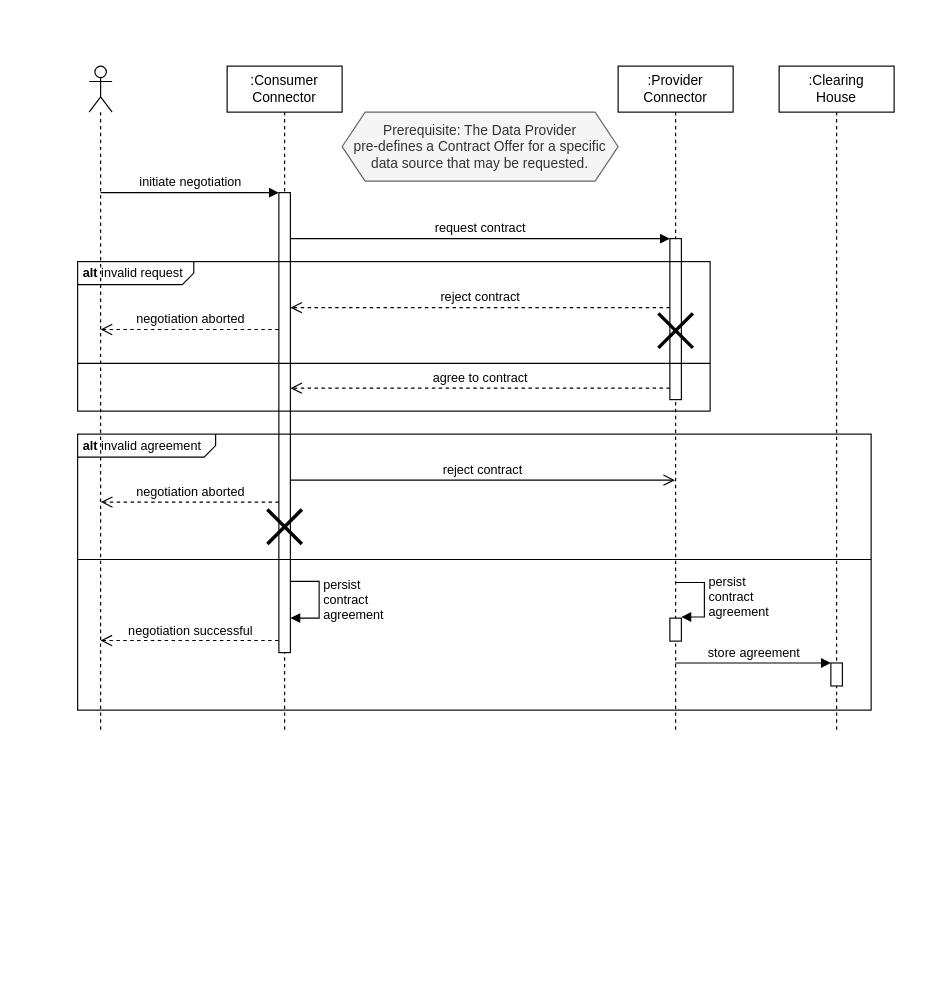
This is documentation/3_Layers_of_the_Reference_Architecture_Model/3_3_Process_Layer/media/policy-negotiation-sequence-1.drawio from International-Data-Spaces-Association/IDS-RAM_4_0, a draw.io file, before an edit. Source tidied: cells renumbered, new cells numbered last; positions are measured from the earlier drawing's top-left corner, leaving out a move shared by most shapes. Both pictures are drawn from the tidied source at 115%, with x=0, y=0 at pixel (77, 66).
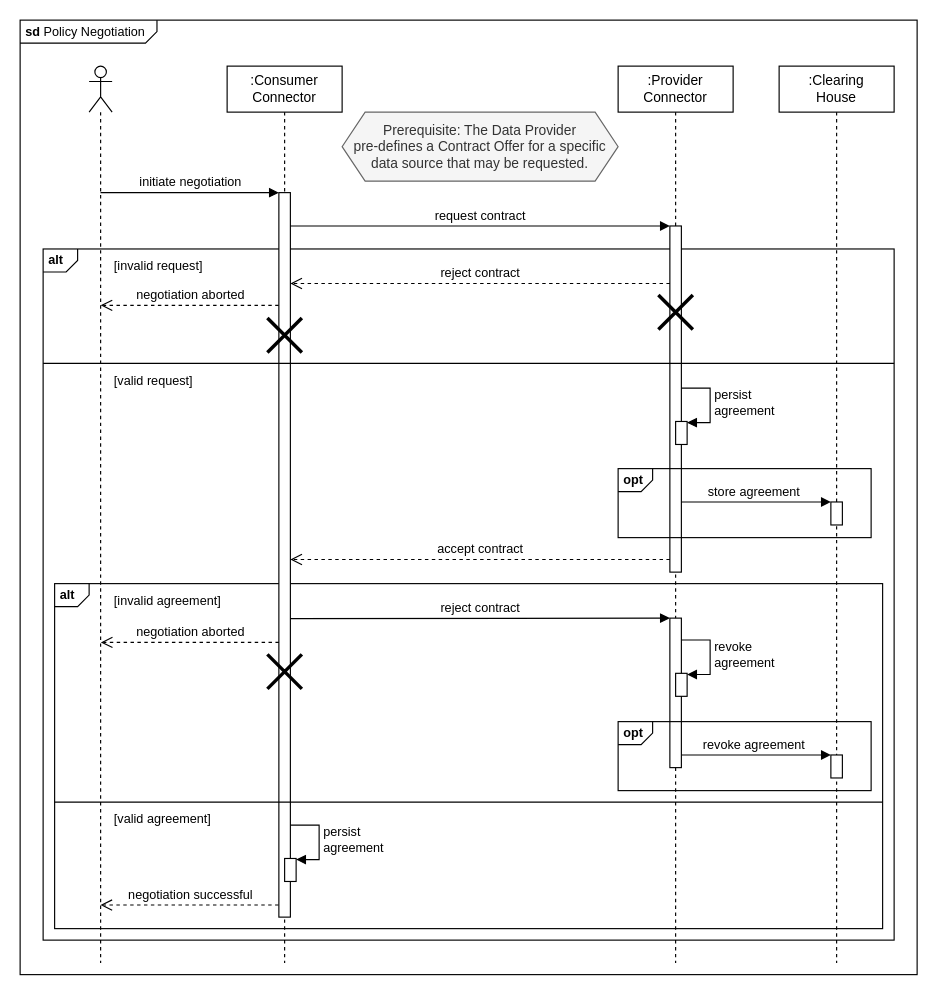
After the change.

Commit message (it also covers changes not shown here):
chore: add sequence diagrams

Change to the diagram source:
```diff
@@
+    <mxCell id="28" value="&lt;p style=&quot;margin: 0px ; margin-top: 4px ; margin-left: 5px ; text-align: left&quot;&gt;&lt;b&gt;sd&lt;/b&gt;  Policy Negotiation&lt;/p&gt;" style="html=1;shape=mxgraph.sysml.package;overflow=fill;labelX=119.69;align=left;spacingLeft=5;verticalAlign=top;spacingTop=-3;fontSize=11;fillColor=none;" parent="1" vertex="1">
+      <mxGeometry x="-50" y="-40" width="780" height="830" as="geometry" />
+    </mxCell>
+    <mxCell id="24" value=":Clearing&lt;br&gt;House" style="shape=umlLifeline;perimeter=lifelinePerimeter;whiteSpace=wrap;html=1;" parent="1" vertex="1">
+      <mxGeometry x="610" width="100" height="780" as="geometry" />
+    </mxCell>
+    <mxCell id="25" style="html=1;points=[];perimeter=orthogonalPerimeter;fontSize=11;fillColor=#FFFFFF;gradientColor=none;" parent="24" vertex="1">
+      <mxGeometry x="45" y="379" width="10" height="20" as="geometry" />
+    </mxCell>
+    <mxCell id="26" value="store agreement" style="html=1;verticalAlign=bottom;endArrow=block;entryX=0;entryY=0;rounded=0;fontSize=11;" parent="1" edge="1">
+      <mxGeometry relative="1" as="geometry">
+        <mxPoint x="519.9" y="379" as="sourcePoint" />
+        <mxPoint x="655" y="379" as="targetPoint" />
+      </mxGeometry>
+    </mxCell>
+    <mxCell id="18" value="&lt;p style=&quot;margin: 4px 0px 0px 5px ; text-align: left ; font-size: 11px&quot;&gt;&lt;b&gt;alt&amp;nbsp;&lt;/b&gt;&lt;/p&gt;" style="html=1;shape=mxgraph.sysml.package;overflow=fill;labelX=30.42;align=left;spacingLeft=5;verticalAlign=top;spacingTop=-3;gradientColor=none;fillColor=none;fontSize=11;" parent="1" vertex="1">
+      <mxGeometry x="-30" y="159" width="740" height="601" as="geometry" />
+    </mxCell>
     <mxCell id="2" style="shape=umlLifeline;participant=umlActor;perimeter=lifelinePerimeter;whiteSpace=wrap;html=1;verticalAlign=top;spacingTop=36;" parent="1" vertex="1">
-      <mxGeometry x="10" width="20" height="580" as="geometry" />
+      <mxGeometry x="10" width="20" height="780" as="geometry" />
     </mxCell>
     <mxCell id="3" value=":Consumer&lt;br&gt;Connector" style="shape=umlLifeline;perimeter=lifelinePerimeter;whiteSpace=wrap;html=1;" parent="1" vertex="1">
-      <mxGeometry x="130" width="100" height="580" as="geometry" />
+      <mxGeometry x="130" width="100" height="780" as="geometry" />
     </mxCell>
+    <mxCell id="5" value="&lt;p style=&quot;margin: 4px 0px 0px 5px ; text-align: left ; font-size: 11px&quot;&gt;&lt;b&gt;alt&amp;nbsp;&lt;/b&gt;&lt;br&gt;&lt;/p&gt;" style="html=1;shape=mxgraph.sysml.package;overflow=fill;labelX=30.42;align=left;spacingLeft=5;verticalAlign=top;spacingTop=-3;gradientColor=none;fillColor=none;fontSize=11;" parent="3" vertex="1">
+      <mxGeometry x="-150" y="450" width="720" height="300" as="geometry" />
+    </mxCell>
     <mxCell id="4" style="html=1;points=[];perimeter=orthogonalPerimeter;" parent="3" vertex="1">
-      <mxGeometry x="45" y="110" width="10" height="400" as="geometry" />
+      <mxGeometry x="45" y="110" width="10" height="630" as="geometry" />
     </mxCell>
-    <mxCell id="5" value="&lt;p style=&quot;margin: 4px 0px 0px 5px ; text-align: left ; font-size: 11px&quot;&gt;&lt;b&gt;alt&amp;nbsp;&lt;/b&gt;invalid agreement&lt;br&gt;&lt;/p&gt;" style="html=1;shape=mxgraph.sysml.package;overflow=fill;labelX=120.14;align=left;spacingLeft=5;verticalAlign=top;spacingTop=-3;gradientColor=none;fillColor=none;fontSize=11;" parent="3" vertex="1">
-      <mxGeometry x="-130" y="320" width="690" height="240" as="geometry" />
-    </mxCell>
     <mxCell id="6" style="shape=umlDestroy;whiteSpace=wrap;html=1;strokeWidth=3;fontSize=11;fillColor=#FFFFFF;gradientColor=none;" parent="3" vertex="1">
-      <mxGeometry x="35" y="385.5" width="30" height="30" as="geometry" />
+      <mxGeometry x="35" y="511.5" width="30" height="30" as="geometry" />
     </mxCell>
-    <mxCell id="7" value="persist&lt;br&gt;contract&lt;br&gt;agreement" style="edgeStyle=orthogonalEdgeStyle;html=1;align=left;spacingLeft=2;endArrow=block;rounded=0;fontSize=11;" parent="3" edge="1">
-      <mxGeometry relative="1" as="geometry">
-        <mxPoint x="55" y="448" as="sourcePoint" />
-        <mxPoint x="55" y="480" as="targetPoint" />
-        <Array as="points">
-          <mxPoint x="80" y="448" />
-          <mxPoint x="80" y="480" />
-          <mxPoint x="55" y="480" />
-        </Array>
-      </mxGeometry>
-    </mxCell>
     <mxCell id="8" value="negotiation aborted" style="html=1;verticalAlign=bottom;endArrow=open;dashed=1;endSize=8;rounded=0;exitX=-0.031;exitY=0.975;exitDx=0;exitDy=0;exitPerimeter=0;" parent="3" edge="1">
       <mxGeometry relative="1" as="geometry">
-        <mxPoint x="45" y="379.1" as="sourcePoint" />
-        <mxPoint x="-109.8" y="379.1" as="targetPoint" />
+        <mxPoint x="45" y="501.1" as="sourcePoint" />
+        <mxPoint x="-109.8" y="501.1" as="targetPoint" />
       </mxGeometry>
     </mxCell>
     <mxCell id="9" style="endArrow=none;html=1;rounded=0;exitX=0;exitY=0.5;exitDx=0;exitDy=0;exitPerimeter=0;entryX=1;entryY=0.5;entryDx=0;entryDy=0;entryPerimeter=0;" parent="3" edge="1">
       <mxGeometry relative="1" as="geometry">
-        <mxPoint x="-130" y="429" as="sourcePoint" />
-        <mxPoint x="560" y="429" as="targetPoint" />
+        <mxPoint x="-150" y="640" as="sourcePoint" />
+        <mxPoint x="570" y="640" as="targetPoint" />
       </mxGeometry>
     </mxCell>
+    <mxCell id="29" value="&lt;font style=&quot;font-size: 11px&quot;&gt;[invalid agreement]&lt;/font&gt;" style="text;html=1;strokeColor=none;fillColor=none;align=left;verticalAlign=middle;whiteSpace=wrap;rounded=0;fontSize=11;" parent="3" vertex="1">
+      <mxGeometry x="-100" y="450" width="100" height="30" as="geometry" />
+    </mxCell>
+    <mxCell id="30" style="html=1;perimeter=orthogonalPerimeter;fontSize=11;fillColor=#FFFFFF;gradientColor=none;" parent="3" vertex="1">
+      <mxGeometry x="50" y="689" width="10" height="20" as="geometry" />
+    </mxCell>
+    <mxCell id="31" value="persist&lt;br&gt;agreement" style="edgeStyle=orthogonalEdgeStyle;html=1;align=left;spacingLeft=2;endArrow=block;rounded=0;entryX=1;entryY=0;fontSize=11;" parent="3" edge="1">
+      <mxGeometry relative="1" as="geometry">
+        <mxPoint x="55" y="660" as="sourcePoint" />
+        <mxPoint x="60" y="690" as="targetPoint" />
+        <Array as="points">
+          <mxPoint x="80" y="660" />
+        </Array>
+      </mxGeometry>
+    </mxCell>
     <mxCell id="10" value=":Provider&lt;br&gt;Connector" style="shape=umlLifeline;perimeter=lifelinePerimeter;whiteSpace=wrap;html=1;outlineConnect=0;" parent="1" vertex="1">
-      <mxGeometry x="470" width="100" height="580" as="geometry" />
+      <mxGeometry x="470" width="100" height="780" as="geometry" />
     </mxCell>
+    <mxCell id="32" value="revoke agreement" style="html=1;verticalAlign=bottom;endArrow=block;entryX=0;entryY=0;rounded=0;fontSize=11;" parent="10" edge="1">
+      <mxGeometry relative="1" as="geometry">
+        <mxPoint x="49.9" y="599" as="sourcePoint" />
+        <mxPoint x="185" y="599" as="targetPoint" />
+      </mxGeometry>
+    </mxCell>
     <mxCell id="11" style="html=1;points=[];perimeter=orthogonalPerimeter;" parent="10" vertex="1">
-      <mxGeometry x="45" y="150" width="10" height="140" as="geometry" />
+      <mxGeometry x="45" y="139" width="10" height="301" as="geometry" />
     </mxCell>
-    <mxCell id="12" style="html=1;perimeter=orthogonalPerimeter;fontSize=11;fillColor=#FFFFFF;gradientColor=none;" parent="10" vertex="1">
-      <mxGeometry x="45" y="480" width="10" height="20" as="geometry" />
-    </mxCell>
-    <mxCell id="13" value="persist &lt;br&gt;contract &lt;br&gt;agreement" style="edgeStyle=orthogonalEdgeStyle;html=1;align=left;spacingLeft=2;endArrow=block;rounded=0;entryX=1;entryY=0;fontSize=11;" parent="10" edge="1">
-      <mxGeometry relative="1" as="geometry">
-        <mxPoint x="50" y="449" as="sourcePoint" />
-        <mxPoint x="55" y="479" as="targetPoint" />
-        <Array as="points">
-          <mxPoint x="75" y="449" />
-        </Array>
-      </mxGeometry>
-    </mxCell>
+    <mxCell id="33" style="html=1;perimeter=orthogonalPerimeter;fontSize=11;" parent="10" vertex="1">
+      <mxGeometry x="45" y="480" width="10" height="130" as="geometry" />
+    </mxCell>
+    <mxCell id="23" value="reject contract" style="html=1;verticalAlign=bottom;endArrow=block;rounded=0;fontSize=11;startSize=6;exitX=1;exitY=0.601;exitDx=0;exitDy=0;exitPerimeter=0;" parent="10" edge="1">
+      <mxGeometry relative="1" as="geometry">
+        <mxPoint x="-285" y="480.4" as="sourcePoint" />
+        <mxPoint x="45" y="480" as="targetPoint" />
+      </mxGeometry>
+    </mxCell>
+    <mxCell id="34" value="&lt;p style=&quot;margin: 0px ; margin-top: 4px ; margin-left: 5px ; text-align: left&quot;&gt;&lt;b&gt;opt&lt;/b&gt;&lt;/p&gt;" style="html=1;shape=mxgraph.sysml.package;overflow=fill;labelX=30.97;align=left;spacingLeft=5;verticalAlign=top;spacingTop=-3;fontSize=11;fillColor=none;" parent="10" vertex="1">
+      <mxGeometry y="570" width="220" height="60" as="geometry" />
+    </mxCell>
+    <mxCell id="35" style="html=1;perimeter=orthogonalPerimeter;fontSize=11;fillColor=#FFFFFF;gradientColor=none;" parent="10" vertex="1">
+      <mxGeometry x="185" y="599" width="10" height="20" as="geometry" />
+    </mxCell>
+    <mxCell id="36" style="html=1;perimeter=orthogonalPerimeter;fontSize=11;fillColor=#FFFFFF;gradientColor=none;" parent="10" vertex="1">
+      <mxGeometry x="50" y="309" width="10" height="20" as="geometry" />
+    </mxCell>
+    <mxCell id="37" value="persist&lt;br&gt;agreement" style="edgeStyle=orthogonalEdgeStyle;html=1;align=left;spacingLeft=2;endArrow=block;rounded=0;entryX=1;entryY=0;fontSize=11;" parent="10" edge="1">
+      <mxGeometry relative="1" as="geometry">
+        <mxPoint x="55" y="280" as="sourcePoint" />
+        <mxPoint x="60" y="310" as="targetPoint" />
+        <Array as="points">
+          <mxPoint x="80" y="280" />
+        </Array>
+      </mxGeometry>
+    </mxCell>
@@
     <mxCell id="16" value="negotiation successful" style="html=1;verticalAlign=bottom;endArrow=open;dashed=1;endSize=8;rounded=0;exitX=-0.031;exitY=0.975;exitDx=0;exitDy=0;exitPerimeter=0;" parent="1" edge="1">
       <mxGeometry relative="1" as="geometry">
-        <mxPoint x="174.7" y="499.5" as="sourcePoint" />
-        <mxPoint x="19.9" y="499.5" as="targetPoint" />
+        <mxPoint x="174.7" y="729.5" as="sourcePoint" />
+        <mxPoint x="19.9" y="729.5" as="targetPoint" />
       </mxGeometry>
     </mxCell>
-    <mxCell id="17" value="request contract" style="html=1;verticalAlign=bottom;endArrow=block;entryX=0;entryY=0;rounded=0;" parent="1" edge="1" source="4" target="11">
-      <mxGeometry relative="1" as="geometry" />
+    <mxCell id="17" value="request contract" style="html=1;verticalAlign=bottom;endArrow=block;entryX=0;entryY=0;rounded=0;" parent="1" edge="1" target="11">
+      <mxGeometry relative="1" as="geometry">
+        <mxPoint x="185" y="139" as="sourcePoint" />
+      </mxGeometry>
     </mxCell>
-    <mxCell id="18" value="&lt;p style=&quot;margin: 4px 0px 0px 5px ; text-align: left ; font-size: 11px&quot;&gt;&lt;b&gt;alt&amp;nbsp;&lt;/b&gt;invalid request&lt;/p&gt;" style="html=1;shape=mxgraph.sysml.package;overflow=fill;labelX=101.14;align=left;spacingLeft=5;verticalAlign=top;spacingTop=-3;gradientColor=none;fillColor=none;fontSize=11;" parent="1" vertex="1">
-      <mxGeometry y="170" width="550" height="130" as="geometry" />
-    </mxCell>
-    <mxCell id="19" style="endArrow=none;html=1;rounded=0;exitX=0;exitY=0.75;exitDx=0;exitDy=0;exitPerimeter=0;entryX=1;entryY=0.75;entryDx=0;entryDy=0;entryPerimeter=0;" parent="1" edge="1">
+    <mxCell id="19" style="endArrow=none;html=1;rounded=0;exitX=0;exitY=0.25;exitDx=0;exitDy=0;exitPerimeter=0;entryX=1;entryY=0.25;entryDx=0;entryDy=0;entryPerimeter=0;" parent="1" edge="1">
       <mxGeometry relative="1" as="geometry">
-        <mxPoint y="258.5" as="sourcePoint" />
-        <mxPoint x="550" y="258.5" as="targetPoint" />
+        <mxPoint x="-30" y="258.5" as="sourcePoint" />
+        <mxPoint x="710" y="258.5" as="targetPoint" />
       </mxGeometry>
     </mxCell>
-    <mxCell id="20" value="agree to contract" style="html=1;verticalAlign=bottom;endArrow=open;dashed=1;endSize=8;exitX=0;exitY=0.95;rounded=0;" parent="1" edge="1">
+    <mxCell id="20" value="accept contract" style="html=1;verticalAlign=bottom;endArrow=open;dashed=1;endSize=8;exitX=0;exitY=0.95;rounded=0;" parent="1" edge="1">
       <mxGeometry relative="1" as="geometry">
-        <mxPoint x="515" y="280" as="sourcePoint" />
-        <mxPoint x="185" y="280" as="targetPoint" />
+        <mxPoint x="515" y="429" as="sourcePoint" />
+        <mxPoint x="185" y="429" as="targetPoint" />
       </mxGeometry>
     </mxCell>
-    <mxCell id="21" value="reject contract" style="html=1;verticalAlign=bottom;endArrow=open;dashed=1;endSize=8;rounded=0;fontSize=11;" parent="1" edge="1" target="4">
+    <mxCell id="21" value="reject contract" style="html=1;verticalAlign=bottom;endArrow=open;dashed=1;endSize=8;rounded=0;fontSize=11;" parent="1" edge="1">
       <mxGeometry relative="1" as="geometry">
-        <mxPoint x="515" y="210" as="sourcePoint" />
+        <mxPoint x="515" y="189" as="sourcePoint" />
+        <mxPoint x="185" y="189" as="targetPoint" />
       </mxGeometry>
     </mxCell>
     <mxCell id="22" style="shape=umlDestroy;whiteSpace=wrap;html=1;strokeWidth=3;fontSize=11;fillColor=#FFFFFF;gradientColor=none;" parent="1" vertex="1">
-      <mxGeometry x="505" y="215" width="30" height="30" as="geometry" />
+      <mxGeometry x="505" y="199" width="30" height="30" as="geometry" />
     </mxCell>
-    <mxCell id="23" value="reject contract" style="html=1;verticalAlign=bottom;endArrow=open;endSize=8;rounded=0;fontSize=11;" parent="1" edge="1">
-      <mxGeometry relative="1" as="geometry">
-        <mxPoint x="185" y="360" as="sourcePoint" />
-        <mxPoint x="519.5" y="360" as="targetPoint" />
-      </mxGeometry>
-    </mxCell>
-    <mxCell id="24" value=":Clearing&lt;br&gt;House" style="shape=umlLifeline;perimeter=lifelinePerimeter;whiteSpace=wrap;html=1;" parent="1" vertex="1">
-      <mxGeometry x="610" width="100" height="580" as="geometry" />
-    </mxCell>
-    <mxCell id="25" style="html=1;points=[];perimeter=orthogonalPerimeter;fontSize=11;fillColor=#FFFFFF;gradientColor=none;" parent="24" vertex="1">
-      <mxGeometry x="45" y="519" width="10" height="20" as="geometry" />
-    </mxCell>
-    <mxCell id="26" value="store agreement" style="html=1;verticalAlign=bottom;endArrow=block;entryX=0;entryY=0;rounded=0;fontSize=11;" parent="1" edge="1" source="10" target="25">
-      <mxGeometry relative="1" as="geometry" />
-    </mxCell>
     <mxCell id="27" value="negotiation aborted" style="html=1;verticalAlign=bottom;endArrow=open;dashed=1;endSize=8;rounded=0;exitX=-0.031;exitY=0.975;exitDx=0;exitDy=0;exitPerimeter=0;" parent="1" edge="1">
       <mxGeometry relative="1" as="geometry">
-        <mxPoint x="174.8" y="229" as="sourcePoint" />
-        <mxPoint x="20" y="229" as="targetPoint" />
+        <mxPoint x="174.8" y="208" as="sourcePoint" />
+        <mxPoint x="20" y="208" as="targetPoint" />
       </mxGeometry>
     </mxCell>
+    <mxCell id="38" value="&lt;font style=&quot;font-size: 11px;&quot;&gt;[invalid request]&lt;/font&gt;" style="text;html=1;strokeColor=none;fillColor=none;align=left;verticalAlign=middle;whiteSpace=wrap;rounded=0;fontSize=11;" parent="1" vertex="1">
+      <mxGeometry x="30" y="159" width="100" height="30" as="geometry" />
+    </mxCell>
+    <mxCell id="39" style="shape=umlDestroy;whiteSpace=wrap;html=1;strokeWidth=3;fontSize=11;fillColor=#FFFFFF;gradientColor=none;" parent="1" vertex="1">
+      <mxGeometry x="165" y="219" width="30" height="30" as="geometry" />
+    </mxCell>
+    <mxCell id="40" value="&lt;font style=&quot;font-size: 11px&quot;&gt;[valid request]&lt;/font&gt;" style="text;html=1;strokeColor=none;fillColor=none;align=left;verticalAlign=middle;whiteSpace=wrap;rounded=0;fontSize=11;" parent="1" vertex="1">
+      <mxGeometry x="30" y="259" width="100" height="30" as="geometry" />
+    </mxCell>
+    <mxCell id="41" style="html=1;perimeter=orthogonalPerimeter;fontSize=11;fillColor=#FFFFFF;gradientColor=none;" parent="1" vertex="1">
+      <mxGeometry x="520" y="528" width="10" height="20" as="geometry" />
+    </mxCell>
+    <mxCell id="42" value="revoke&lt;br&gt;agreement" style="edgeStyle=orthogonalEdgeStyle;html=1;align=left;spacingLeft=2;endArrow=block;rounded=0;entryX=1;entryY=0;fontSize=11;" parent="1" edge="1">
+      <mxGeometry relative="1" as="geometry">
+        <mxPoint x="525" y="499" as="sourcePoint" />
+        <mxPoint x="530" y="529" as="targetPoint" />
+        <Array as="points">
+          <mxPoint x="550" y="499" />
+        </Array>
+      </mxGeometry>
+    </mxCell>
+    <mxCell id="43" value="&lt;p style=&quot;margin: 0px ; margin-top: 4px ; margin-left: 5px ; text-align: left&quot;&gt;&lt;b&gt;opt&lt;/b&gt;&lt;/p&gt;" style="html=1;shape=mxgraph.sysml.package;overflow=fill;labelX=30.97;align=left;spacingLeft=5;verticalAlign=top;spacingTop=-3;fontSize=11;fillColor=none;" parent="1" vertex="1">
+      <mxGeometry x="470" y="350" width="220" height="60" as="geometry" />
+    </mxCell>
+    <mxCell id="44" value="&lt;font style=&quot;font-size: 11px&quot;&gt;[valid agreement]&lt;/font&gt;" style="text;html=1;strokeColor=none;fillColor=none;align=left;verticalAlign=middle;whiteSpace=wrap;rounded=0;fontSize=11;" parent="1" vertex="1">
+      <mxGeometry x="30" y="640" width="100" height="30" as="geometry" />
+    </mxCell>
```
